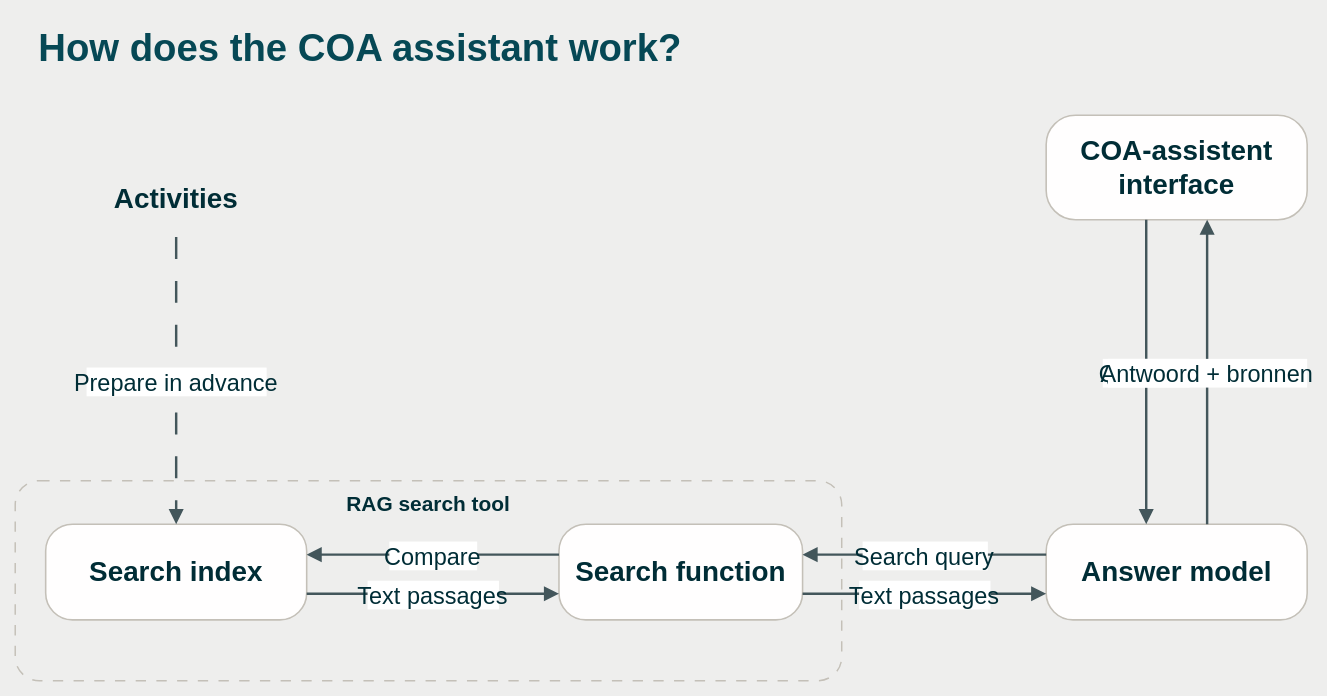
This is page "English" (2 of 2) of docs/diagrams/how-it-works.drawio from Daanvdplas/coa-assistent, a draw.io file, before an edit. Source tidied: cells renumbered, new cells numbered last; positions are measured from the earlier drawing's top-left corner, leaving out a move shared by most shapes. Both pictures are drawn from the tidied source at 87%, with x=0, y=0 at pixel (15, 15).
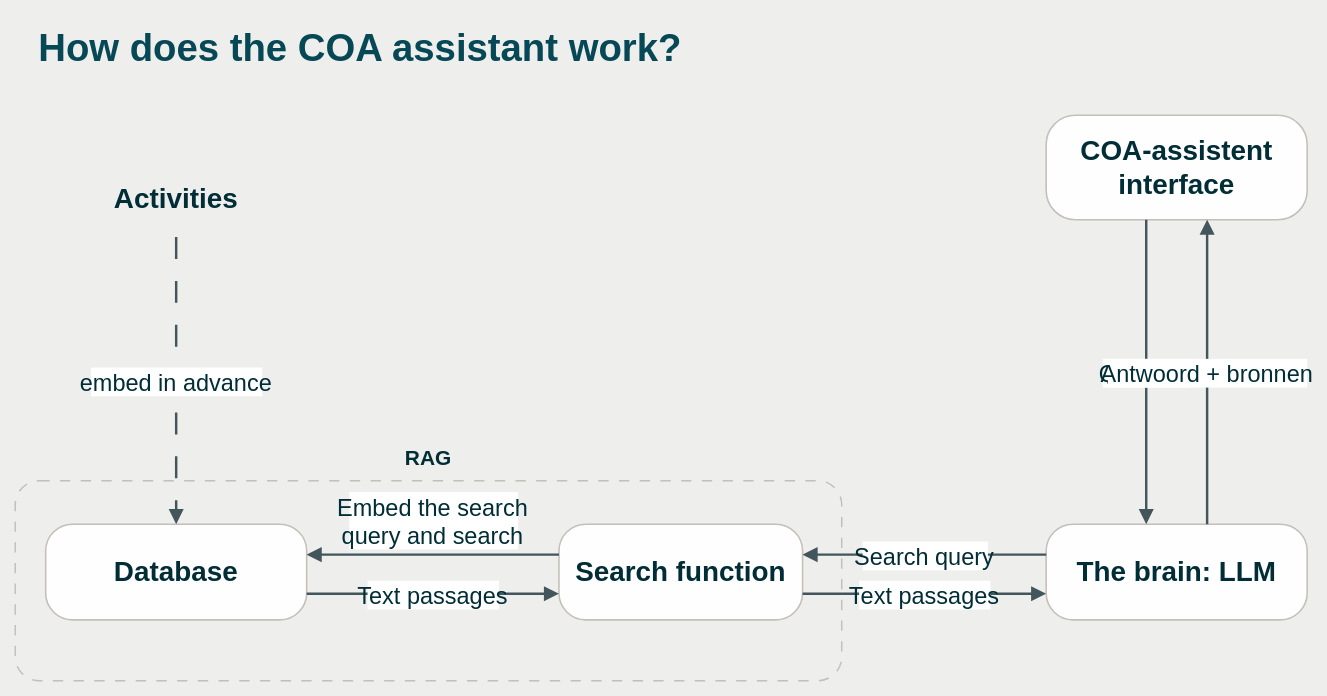
After the change.

Change to the diagram source:
```diff
@@
 <mxGraphModel background="#eeeeed">
   <root>
     <mxCell id="0" />
     <mxCell id="1" parent="0" />
-    <mxCell id="2" value="RAG search tool" style="rounded=1;arcSize=12;whiteSpace=wrap;html=0;fillColor=none;strokeColor=#c4c0b8;strokeWidth=1.7;dashed=1;dashPattern=7 7;fontFamily=Avenir Next;fontSize=24;fontStyle=1;fontColor=#002d36;align=center;verticalAlign=top;spacingTop=6;" parent="1" vertex="1">
+    <mxCell id="2" value="RAG" style="rounded=1;arcSize=12;whiteSpace=wrap;html=0;fillColor=none;strokeColor=#c4c0b8;strokeWidth=1.7;dashed=1;dashPattern=7 7;fontFamily=Avenir Next;fontSize=24;fontStyle=1;fontColor=#002d36;align=center;verticalLabelPosition=top;verticalAlign=bottom;spacingTop=0;spacingBottom=9;" parent="1" vertex="1">
       <mxGeometry y="535" width="950" height="230" as="geometry" />
     </mxCell>
     <mxCell id="3" value="How does the COA assistant work?" style="tex=text;html=0;strokeColor=none;fillColor=none;fontFamily=Calibri;fontSize=44;fontStyle=1;fontColor=#064855;align=left;" parent="1" vertex="1">
       <mxGeometry x="25" width="1000" height="65" as="geometry" />
     </mxCell>
     <mxCell id="4" value="Activities" style="tex=text;strokeColor=none;fillColor=none;fontFamily=Avenir Next;fontSize=32;fontStyle=1;fontColor=#002d36;align=center;verticalAlign=middle;" parent="1" vertex="1">
       <mxGeometry x="35" y="160" width="300" height="95" as="geometry" />
     </mxCell>
-    <mxCell id="5" value="Search index" style="rounded=1;arcSize=28;whiteSpace=wrap;html=0;fillColor=#fffefe;strokeColor=#c4c0b8;strokeWidth=1.8;fontFamily=Avenir Next;fontSize=32;fontStyle=1;fontColor=#002d36;align=center;verticalAlign=middle;" parent="1" vertex="1">
+    <mxCell id="5" value="Database" style="rounded=1;arcSize=28;whiteSpace=wrap;html=0;fillColor=#fffefe;strokeColor=#c4c0b8;strokeWidth=1.8;fontFamily=Avenir Next;fontSize=32;fontStyle=1;fontColor=#002d36;align=center;verticalAlign=middle;" parent="1" vertex="1">
       <mxGeometry x="35" y="585" width="300" height="110" as="geometry" />
     </mxCell>
     <mxCell id="6" value="Search function" style="rounded=1;arcSize=28;whiteSpace=wrap;html=0;fillColor=#fffefe;strokeColor=#c4c0b8;strokeWidth=1.8;fontFamily=Avenir Next;fontSize=32;fontStyle=1;fontColor=#002d36;align=center;verticalAlign=middle;" parent="1" vertex="1">
       <mxGeometry x="625" y="585" width="280" height="110" as="geometry" />
     </mxCell>
-    <mxCell id="7" value="Answer model" style="rounded=1;arcSize=28;whiteSpace=wrap;html=0;fillColor=#fffefe;strokeColor=#c4c0b8;strokeWidth=1.8;fontFamily=Avenir Next;fontSize=32;fontStyle=1;fontColor=#002d36;align=center;verticalAlign=middle;" parent="1" vertex="1">
+    <mxCell id="7" value="The brain: LLM" style="rounded=1;arcSize=28;whiteSpace=wrap;html=0;fillColor=#fffefe;strokeColor=#c4c0b8;strokeWidth=1.8;fontFamily=Avenir Next;fontSize=32;fontStyle=1;fontColor=#002d36;align=center;verticalAlign=middle;" parent="1" vertex="1">
       <mxGeometry x="1185" y="585" width="300" height="110" as="geometry" />
     </mxCell>
     <mxCell id="8" value="COA-assistent interface" style="rounded=1;arcSize=28;whiteSpace=wrap;html=0;fillColor=#fffefe;strokeColor=#c4c0b8;strokeWidth=1.8;fontFamily=Avenir Next;fontSize=32;fontStyle=1;fontColor=#002d36;align=center;verticalAlign=middle;" parent="1" vertex="1">
       <mxGeometry x="1185" y="115" width="300" height="120" as="geometry" />
     </mxCell>
-    <mxCell id="9" value="Prepare in advance" style="edgeStyle=none;rounded=0;html=0;strokeColor=#43565b;strokeWidth=2.8;endArrow=block;endFill=1;endSize=10;dashed=1;dashPattern=9 9;fontFamily=Avenir Next;fontSize=27;fontColor=#002d36;exitX=0.5;exitY=1;entryX=0.5;entryY=0;exitDx=0;exitDy=0;entryDx=0;entryDy=0;sourcePerimeterSpacing=25;targetPerimeterSpacing=25;" parent="1" edge="1" source="4" target="5">
+    <mxCell id="9" value="embed in advance" style="edgeStyle=none;rounded=0;html=0;strokeColor=#43565b;strokeWidth=2.8;endArrow=block;endFill=1;endSize=10;dashed=1;dashPattern=9 9;fontFamily=Avenir Next;fontSize=27;fontColor=#002d36;exitX=0.5;exitY=1;entryX=0.5;entryY=0;exitDx=0;exitDy=0;entryDx=0;entryDy=0;sourcePerimeterSpacing=25;targetPerimeterSpacing=25;" parent="1" edge="1" source="4" target="5">
       <mxGeometry relative="1" as="geometry" />
     </mxCell>
     <mxCell id="10" value="Question" style="edgeStyle=none;rounded=0;html=0;strokeColor=#43565b;strokeWidth=2.8;endArrow=block;endFill=1;endSize=10;fontFamily=Avenir Next;fontSize=27;fontColor=#002d36;exitX=0.383333;exitY=1;entryX=0.383333;entryY=0;exitDx=0;exitDy=0;entryDx=0;entryDy=0;sourcePerimeterSpacing=25;targetPerimeterSpacing=25;" parent="1" edge="1" source="8" target="7">
       <mxGeometry relative="1" as="geometry" />
     </mxCell>
     <mxCell id="11" value="Antwoord + bronnen" style="edgeStyle=none;rounded=0;html=0;strokeColor=#43565b;strokeWidth=2.8;endArrow=block;endFill=1;endSize=10;fontFamily=Avenir Next;fontSize=27;fontColor=#002d36;exitX=0.616667;exitY=0;entryX=0.616667;entryY=1;exitDx=0;exitDy=0;entryDx=0;entryDy=0;sourcePerimeterSpacing=25;targetPerimeterSpacing=25;" parent="1" edge="1" source="7" target="8">
       <mxGeometry relative="1" as="geometry" />
     </mxCell>
     <mxCell id="12" value="Search query" style="edgeStyle=none;rounded=0;html=0;strokeColor=#43565b;strokeWidth=2.8;endArrow=block;endFill=1;endSize=10;fontFamily=Avenir Next;fontSize=27;fontColor=#002d36;exitX=0;exitY=0.318182;entryX=1;entryY=0.318182;exitDx=0;exitDy=0;entryDx=0;entryDy=0;sourcePerimeterSpacing=25;targetPerimeterSpacing=25;" parent="1" edge="1" source="7" target="6">
       <mxGeometry relative="1" as="geometry" />
     </mxCell>
     <mxCell id="13" value="Text passages" style="edgeStyle=none;rounded=0;html=0;strokeColor=#43565b;strokeWidth=2.8;endArrow=block;endFill=1;endSize=10;fontFamily=Avenir Next;fontSize=27;fontColor=#002d36;exitX=1;exitY=0.727273;entryX=0;entryY=0.727273;exitDx=0;exitDy=0;entryDx=0;entryDy=0;sourcePerimeterSpacing=25;targetPerimeterSpacing=25;" parent="1" edge="1" source="6" target="7">
       <mxGeometry relative="1" as="geometry" />
     </mxCell>
-    <mxCell id="14" value="Compare" style="edgeStyle=none;rounded=0;html=0;strokeColor=#43565b;strokeWidth=2.8;endArrow=block;endFill=1;endSize=10;fontFamily=Avenir Next;fontSize=27;fontColor=#002d36;exitX=0;exitY=0.318182;entryX=1;entryY=0.318182;exitDx=0;exitDy=0;entryDx=0;entryDy=0;sourcePerimeterSpacing=25;targetPerimeterSpacing=25;" parent="1" edge="1" source="6" target="5">
-      <mxGeometry relative="1" as="geometry" />
+    <mxCell id="14" value="Embed the search&#10;query and search" style="edgeStyle=none;rounded=0;html=0;strokeColor=#43565b;strokeWidth=2.8;endArrow=block;endFill=1;endSize=10;fontFamily=Avenir Next;fontSize=27;fontColor=#002d36;exitX=0;exitY=0.318182;entryX=1;entryY=0.318182;exitDx=0;exitDy=0;entryDx=0;entryDy=0;sourcePerimeterSpacing=25;targetPerimeterSpacing=25;" parent="1" edge="1" source="6" target="5">
+      <mxGeometry relative="1" as="geometry">
+        <mxPoint y="-40" as="offset" />
+      </mxGeometry>
     </mxCell>
     <mxCell id="15" value="Text passages" style="edgeStyle=none;rounded=0;html=0;strokeColor=#43565b;strokeWidth=2.8;endArrow=block;endFill=1;endSize=10;fontFamily=Avenir Next;fontSize=27;fontColor=#002d36;exitX=1;exitY=0.727273;entryX=0;entryY=0.727273;exitDx=0;exitDy=0;entryDx=0;entryDy=0;sourcePerimeterSpacing=25;targetPerimeterSpacing=25;" parent="1" edge="1" source="5" target="6">
       <mxGeometry relative="1" as="geometry" />
     </mxCell>
   </root>
 </mxGraphModel>
```
